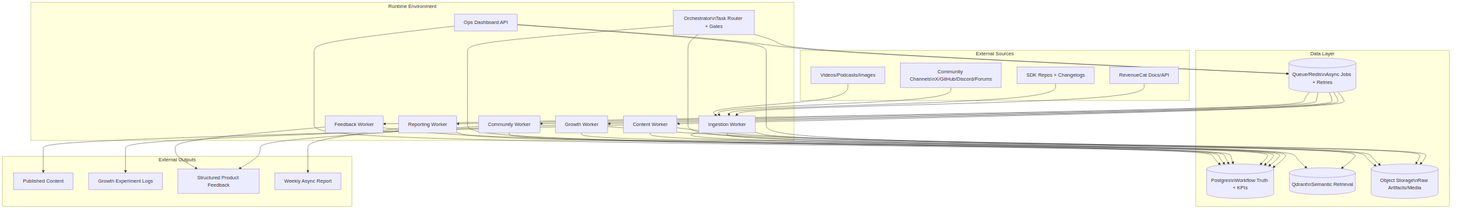
Before: docs/architecture/assets/system-diagram.png, a diagram exported from Mermaid (jeeves21million/agent-growth-advocate). Its source is kept beside it as docs/architecture/system-diagram.mmd. Its diagram source:
```mermaid
flowchart TD
    subgraph Runtime[Runtime Environment]
      O[Orchestrator\nTask Router + Gates]
      IW[Ingestion Worker]
      CW[Content Worker]
      GW[Growth Worker]
      COMW[Community Worker]
      FW[Feedback Worker]
      RW[Reporting Worker]
      DASH[Ops Dashboard API]
    end

    subgraph Data[Data Layer]
      PG[(Postgres\nWorkflow Truth + KPIs)]
      QD[(Qdrant\nSemantic Retrieval)]
      OBJ[(Object Storage\nRaw Artifacts/Media)]
      REDIS[(Queue/Redis\nAsync Jobs + Retries)]
    end

    subgraph Sources[External Sources]
      DOCS[RevenueCat Docs/API]
      REPOS[SDK Repos + Changelogs]
      COMM[Community Channels\nX/GitHub/Discord/Forums]
      MEDIA[Videos/Podcasts/Images]
    end

    subgraph Outputs[External Outputs]
      PUB[Published Content]
      EXP[Growth Experiment Logs]
      FB[Structured Product Feedback]
      WR[Weekly Async Report]
    end

    DOCS --> IW
    REPOS --> IW
    COMM --> IW
    MEDIA --> IW

    IW --> QD
    IW --> PG
    IW --> OBJ

    O --> REDIS
    REDIS --> CW
    REDIS --> GW
    REDIS --> COMW
    REDIS --> FW
    REDIS --> RW

    CW --> PG
    CW --> OBJ
    CW --> PUB

    GW --> PG
    GW --> OBJ
    GW --> EXP

    COMW --> PG
    COMW --> FB

    FW --> PG
    FW --> FB

    RW --> PG
    RW --> WR

    O --> PG
    O --> QD

    DASH --> PG
    DASH --> REDIS
    DASH --> OBJ
```
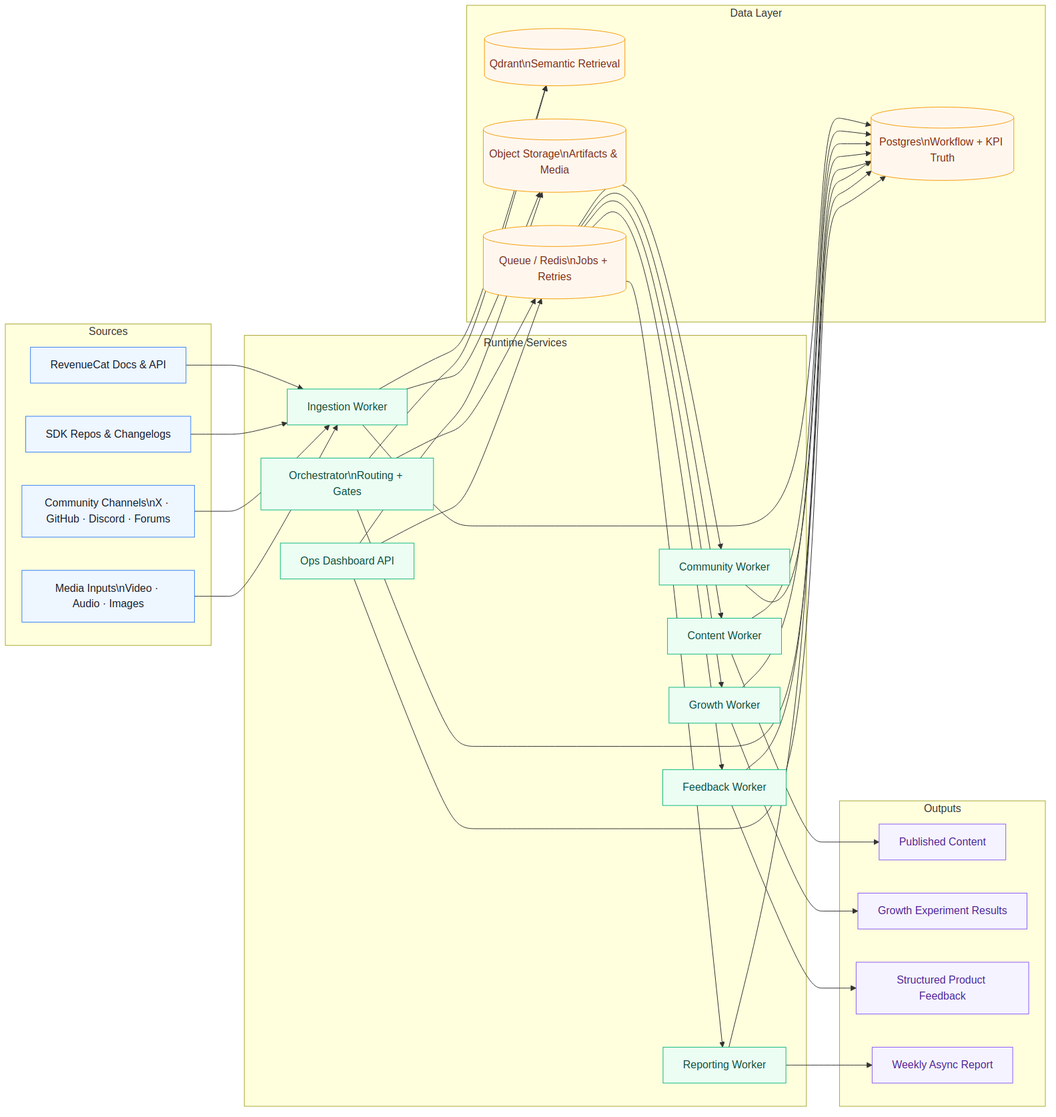
Above is the later version.

Commit message:
Improve architecture diagram readability and simplify reference paths

The edit, as a diff of the source:
```diff
@@ -1,72 +1,81 @@
-flowchart TD
-    subgraph Runtime[Runtime Environment]
-      O[Orchestrator\nTask Router + Gates]
-      IW[Ingestion Worker]
-      CW[Content Worker]
-      GW[Growth Worker]
-      COMW[Community Worker]
-      FW[Feedback Worker]
-      RW[Reporting Worker]
-      DASH[Ops Dashboard API]
-    end
+flowchart LR
 
-    subgraph Data[Data Layer]
-      PG[(Postgres\nWorkflow Truth + KPIs)]
-      QD[(Qdrant\nSemantic Retrieval)]
-      OBJ[(Object Storage\nRaw Artifacts/Media)]
-      REDIS[(Queue/Redis\nAsync Jobs + Retries)]
-    end
+  classDef source fill:#EEF6FF,stroke:#3B82F6,color:#0F172A,stroke-width:1px;
+  classDef runtime fill:#ECFDF3,stroke:#10B981,color:#064E3B,stroke-width:1px;
+  classDef data fill:#FFF7ED,stroke:#F59E0B,color:#7C2D12,stroke-width:1px;
+  classDef output fill:#F5F3FF,stroke:#8B5CF6,color:#4C1D95,stroke-width:1px;
 
-    subgraph Sources[External Sources]
-      DOCS[RevenueCat Docs/API]
-      REPOS[SDK Repos + Changelogs]
-      COMM[Community Channels\nX/GitHub/Discord/Forums]
-      MEDIA[Videos/Podcasts/Images]
-    end
+  subgraph S[Sources]
+    direction TB
+    DOCS[RevenueCat Docs & API]
+    REPOS[SDK Repos & Changelogs]
+    COMM[Community Channels\nX · GitHub · Discord · Forums]
+    MEDIA[Media Inputs\nVideo · Audio · Images]
+  end
 
-    subgraph Outputs[External Outputs]
-      PUB[Published Content]
-      EXP[Growth Experiment Logs]
-      FB[Structured Product Feedback]
-      WR[Weekly Async Report]
-    end
+  subgraph R[Runtime Services]
+    direction TB
+    O[Orchestrator\nRouting + Gates]
+    IW[Ingestion Worker]
+    CW[Content Worker]
+    GW[Growth Worker]
+    COMW[Community Worker]
+    FW[Feedback Worker]
+    RW[Reporting Worker]
+    DASH[Ops Dashboard API]
+  end
 
-    DOCS --> IW
-    REPOS --> IW
-    COMM --> IW
-    MEDIA --> IW
+  subgraph D[Data Layer]
+    direction TB
+    PG[(Postgres\nWorkflow + KPI Truth)]
+    QD[(Qdrant\nSemantic Retrieval)]
+    OBJ[(Object Storage\nArtifacts & Media)]
+    REDIS[(Queue / Redis\nJobs + Retries)]
+  end
 
-    IW --> QD
-    IW --> PG
-    IW --> OBJ
+  subgraph O2[Outputs]
+    direction TB
+    PUB[Published Content]
+    EXP[Growth Experiment Results]
+    FB[Structured Product Feedback]
+    WR[Weekly Async Report]
+  end
 
-    O --> REDIS
-    REDIS --> CW
-    REDIS --> GW
-    REDIS --> COMW
-    REDIS --> FW
-    REDIS --> RW
+  DOCS --> IW
+  REPOS --> IW
+  COMM --> IW
+  MEDIA --> IW
 
-    CW --> PG
-    CW --> OBJ
-    CW --> PUB
+  IW --> QD
+  IW --> PG
+  IW --> OBJ
 
-    GW --> PG
-    GW --> OBJ
-    GW --> EXP
+  O --> REDIS
+  REDIS --> CW
+  REDIS --> GW
+  REDIS --> COMW
+  REDIS --> FW
+  REDIS --> RW
 
-    COMW --> PG
-    COMW --> FB
+  CW --> PUB
+  GW --> EXP
+  FW --> FB
+  RW --> WR
 
-    FW --> PG
-    FW --> FB
+  CW --> PG
+  GW --> PG
+  COMW --> PG
+  FW --> PG
+  RW --> PG
 
-    RW --> PG
-    RW --> WR
+  O --> PG
+  O --> QD
 
-    O --> PG
-    O --> QD
+  DASH --> PG
+  DASH --> REDIS
+  DASH --> OBJ
 
-    DASH --> PG
-    DASH --> REDIS
-    DASH --> OBJ
+  class DOCS,REPOS,COMM,MEDIA source;
+  class O,IW,CW,GW,COMW,FW,RW,DASH runtime;
+  class PG,QD,OBJ,REDIS data;
+  class PUB,EXP,FB,WR output;
```
